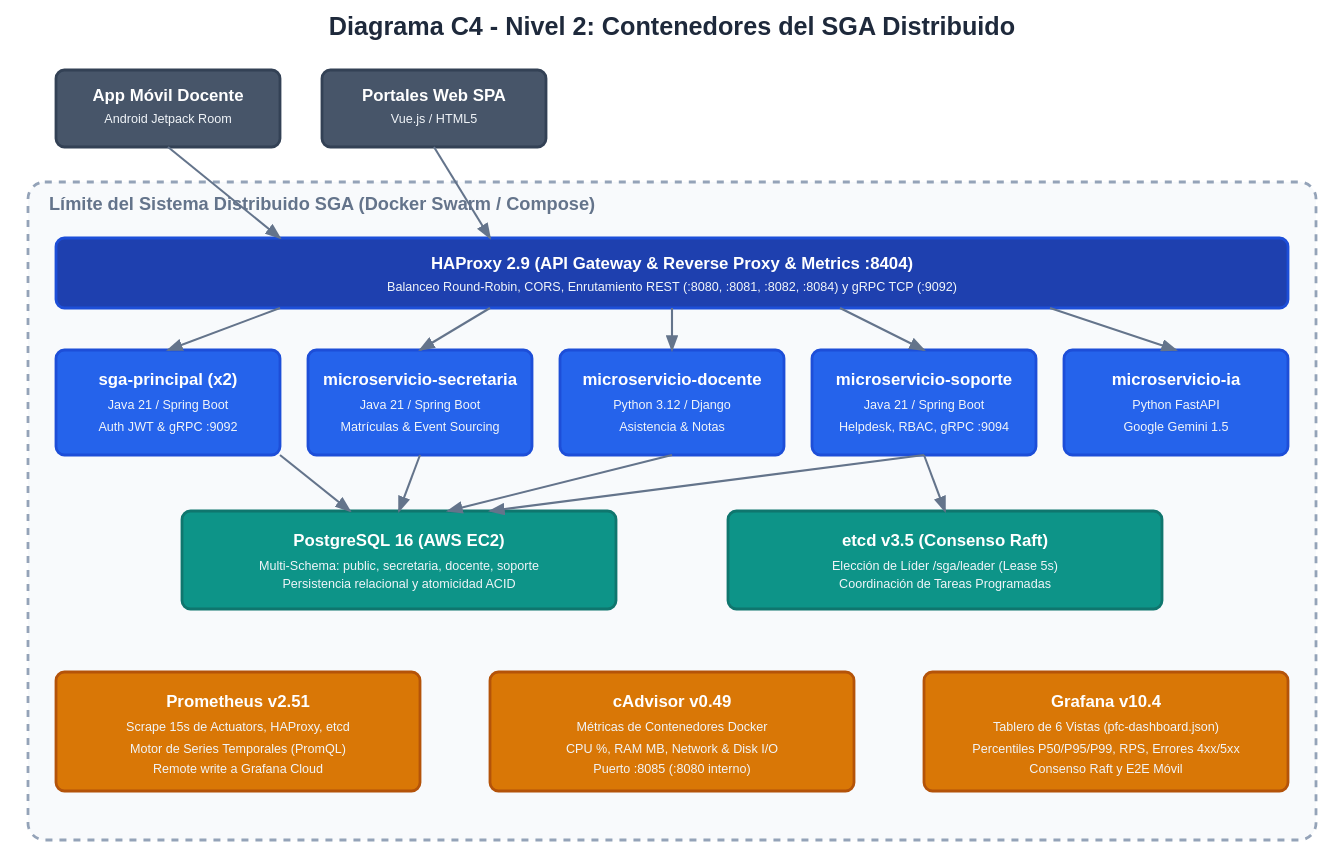
Earlier version of the PlantUML export docs/diagrams/c4_nivel2_contenedores.svg (gleiston-guerrero/acadtrace). Its source is kept beside it as docs/diagrams/c4_nivel2_contenedores.puml. Source of this version:
```plantuml
@startuml C4_Nivel2_Contenedores
!include https://raw.githubusercontent.com/plantuml-stdlib/C4-PlantUML/master/C4_Container.puml

LAYOUT_WITH_LEGEND()

title Diagrama C4 - Nivel 2: Contenedores del SGA Distribuido

Person(usuario_docente, "Docente", "Personal docente con App Móvil o Web")
Person(usuario_admin, "Secretaría / Soporte", "Personal administrativo y de soporte")

System_Boundary(c1, "Sistema SGA Distribuido") {
    Container(app_movil, "App Móvil Docente", "Android / Kotlin / Jetpack Compose", "App nativa con sincronización offline Room SQLite.")
    Container(spa_web, "Portales Web", "Vue.js / Tailwind CSS / HTML5", "Interfaces web para secretaría, soporte y administración.")

    Container(haproxy, "HAProxy Load Balancer & Gateway", "HAProxy 2.9 (Alpine)", "Balanceo de carga Round Robin, enrutamiento perimetral, CORS y métricas en :8404.")

    Container(sga_principal, "sga-principal (2 Réplicas)", "Java 21 / Spring Boot", "Módulo central, autenticación JWT, catálogo maestro y servidor gRPC :9092.")
    Container(ms_secretaria, "microservicio-secretaria", "Java 21 / Spring Boot", "Gestión de matrículas, event sourcing (Lamport clocks), auditoría y reportes PDF.")
    Container(ms_docente, "microservicio-docente", "Python 3.12 / Django REST", "Gestión de asistencia y calificaciones, cliente gRPC :9092.")
    Container(ms_soporte, "microservicio-soporte", "Java 21 / Spring Boot", "Helpdesk, RBAC anti-IDOR, servidor gRPC :9094 y tareas programadas con líder etcd.")
    Container(ms_ia, "microservicio-ia", "Python 3.12 / FastAPI", "Generación de resúmenes asistidos con Google Gemini 1.5 Flash.")

    ContainerDb(db_postgres, "Base de Datos PostgreSQL", "PostgreSQL 16 (AWS EC2)", "Persistencia relacional con particionamiento lógico de esquemas (public, secretaria, docente, soporte).")
    ContainerDb(etcd_cluster, "Clúster etcd (Raft)", "etcd v3.5", "Consenso Raft para elección de líder entre réplicas y coordinación distribuida.")

    Container(prometheus, "Servidor Prometheus", "Prometheus v2.51", "Scraping periódico (15s) de microservicios, HAProxy, etcd y cAdvisor.")
    Container(cadvisor, "cAdvisor", "Google cAdvisor v0.49", "Extracción de métricas de CPU, RAM e I/O de contenedores Docker.")
    Container(grafana, "Grafana Dashboard", "Grafana v10.4", "Visualización en tiempo real de las 6 vistas operativas.")
}

System_Ext(gemini_api, "Google Gemini API", "LLM en la nube")

Rel(usuario_docente, app_movil, "Usa interfaz móvil", "Touch")
Rel(usuario_docente, spa_web, "Usa portal web", "HTTPS")
Rel(usuario_admin, spa_web, "Usa portal web", "HTTPS")

Rel(app_movil, haproxy, "Sincronización y peticiones REST", "HTTPS :8081 / :8080")
Rel(spa_web, haproxy, "Peticiones HTTP REST", "HTTPS :8080, :8081, :8082, :8084")

Rel(haproxy, sga_principal, "Balancea tráfico REST y gRPC", "HTTP :8080, TCP :9092")
Rel(haproxy, ms_secretaria, "Enruta tráfico de matrículas", "HTTP :5176")
Rel(haproxy, ms_docente, "Enruta tráfico docente", "HTTP :8000")
Rel(haproxy, ms_soporte, "Enruta tráfico de tickets", "HTTP :5178")
Rel(haproxy, ms_ia, "Enruta consultas IA", "HTTP :8084")

Rel(ms_docente, sga_principal, "Consulta de materias y auth", "gRPC :9092")
Rel(sga_principal, ms_soporte, "Reporte de incidencias automáticas", "gRPC :9094")
Rel(ms_secretaria, ms_ia, "Solicita resúmenes de actas", "HTTP :8084")
Rel(ms_ia, gemini_api, "Genera inferencia IA", "HTTPS")

Rel(sga_principal, db_postgres, "Lectura/Escritura schema public", "JDBC / SQL")
Rel(ms_secretaria, db_postgres, "Lectura/Escritura schema secretaria", "JDBC / SQL")
Rel(ms_docente, db_postgres, "Lectura/Escritura schema docente", "Django ORM / SQL")
Rel(ms_soporte, db_postgres, "Lectura/Escritura schema soporte", "JdbcTemplate / SQL")

Rel(ms_soporte, etcd_cluster, "Elección de líder (/sga/leader)", "gRPC / Raft :2379")

Rel(prometheus, sga_principal, "Scrape /actuator/prometheus", "HTTP")
Rel(prometheus, ms_secretaria, "Scrape /actuator/prometheus", "HTTP")
Rel(prometheus, ms_soporte, "Scrape /actuator/prometheus", "HTTP")
Rel(prometheus, ms_docente, "Scrape /metrics", "HTTP")
Rel(prometheus, haproxy, "Scrape /metrics", "HTTP :8404")
Rel(prometheus, etcd_cluster, "Scrape /metrics", "HTTP :2379")
Rel(prometheus, cadvisor, "Scrape métricas de contenedor", "HTTP :8080")
Rel(grafana, prometheus, "Consulta series temporales (PromQL)", "HTTP :9090")

@enduml
```
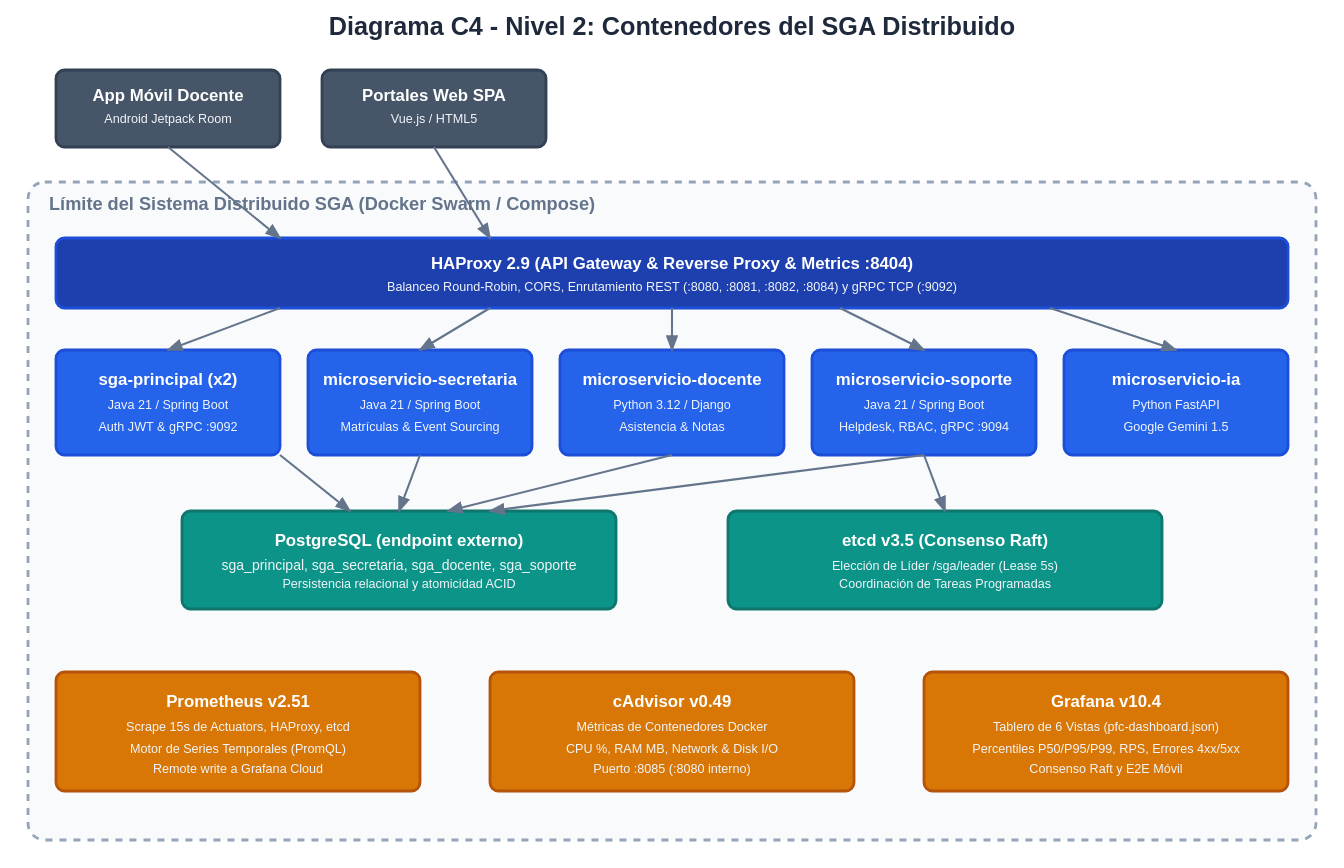
The same file after the commit.

What changed in the source:
```diff
@@ -20,7 +20,7 @@
     Container(ms_soporte, "microservicio-soporte", "Java 21 / Spring Boot", "Helpdesk, RBAC anti-IDOR, servidor gRPC :9094 y tareas programadas con líder etcd.")
     Container(ms_ia, "microservicio-ia", "Python 3.12 / FastAPI", "Generación de resúmenes asistidos con Google Gemini 1.5 Flash.")
 
-    ContainerDb(db_postgres, "Base de Datos PostgreSQL", "PostgreSQL 16 (AWS EC2)", "Persistencia relacional con particionamiento lógico de esquemas (public, secretaria, docente, soporte).")
+    ContainerDb(db_postgres, "Base de Datos PostgreSQL", "PostgreSQL (endpoint externo)", "Una instancia configurada; separación lógica: sga_principal, sga_secretaria, sga_docente, sga_soporte. Véase ADR-003.")
     ContainerDb(etcd_cluster, "Clúster etcd (Raft)", "etcd v3.5", "Consenso Raft para elección de líder entre réplicas y coordinación distribuida.")
 
     Container(prometheus, "Servidor Prometheus", "Prometheus v2.51", "Scraping periódico (15s) de microservicios, HAProxy, etcd y cAdvisor.")
@@ -48,10 +48,10 @@
 Rel(ms_secretaria, ms_ia, "Solicita resúmenes de actas", "HTTP :8084")
 Rel(ms_ia, gemini_api, "Genera inferencia IA", "HTTPS")
 
-Rel(sga_principal, db_postgres, "Lectura/Escritura schema public", "JDBC / SQL")
-Rel(ms_secretaria, db_postgres, "Lectura/Escritura schema secretaria", "JDBC / SQL")
-Rel(ms_docente, db_postgres, "Lectura/Escritura schema docente", "Django ORM / SQL")
-Rel(ms_soporte, db_postgres, "Lectura/Escritura schema soporte", "JdbcTemplate / SQL")
+Rel(sga_principal, db_postgres, "Lectura/Escritura schema sga_principal", "JDBC / SQL")
+Rel(ms_secretaria, db_postgres, "Lectura/Escritura schema sga_secretaria", "JDBC / SQL")
+Rel(ms_docente, db_postgres, "Lectura/Escritura schema sga_docente", "Django ORM / SQL")
+Rel(ms_soporte, db_postgres, "Lectura/Escritura schema sga_soporte", "JdbcTemplate / SQL")
 
 Rel(ms_soporte, etcd_cluster, "Elección de líder (/sga/leader)", "gRPC / Raft :2379")
 
```
